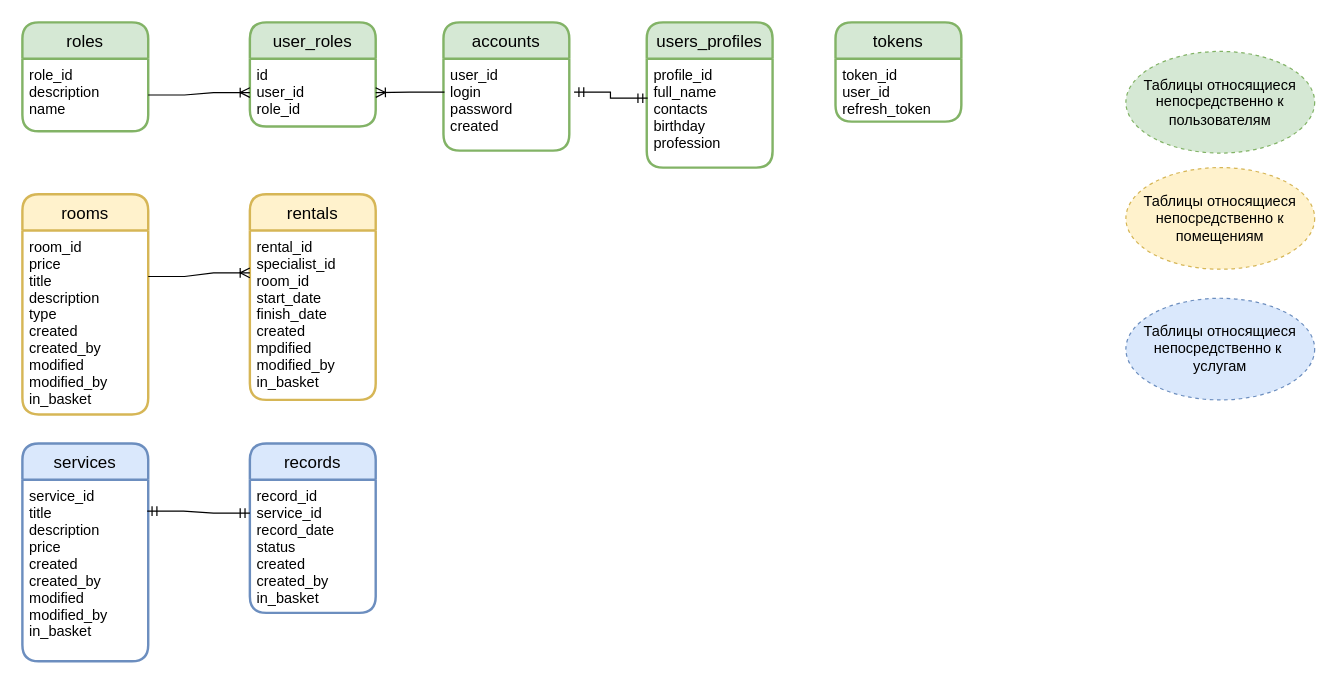
This is db_schema.drawio from LeksinaAnna/self-employed-services, a draw.io file, before an edit. Source tidied: cells renumbered, new cells numbered last; positions are measured from the earlier drawing's top-left corner, leaving out a move shared by most shapes. Both pictures are drawn from the tidied source at 121%, with x=0, y=0 at pixel (22, 22).
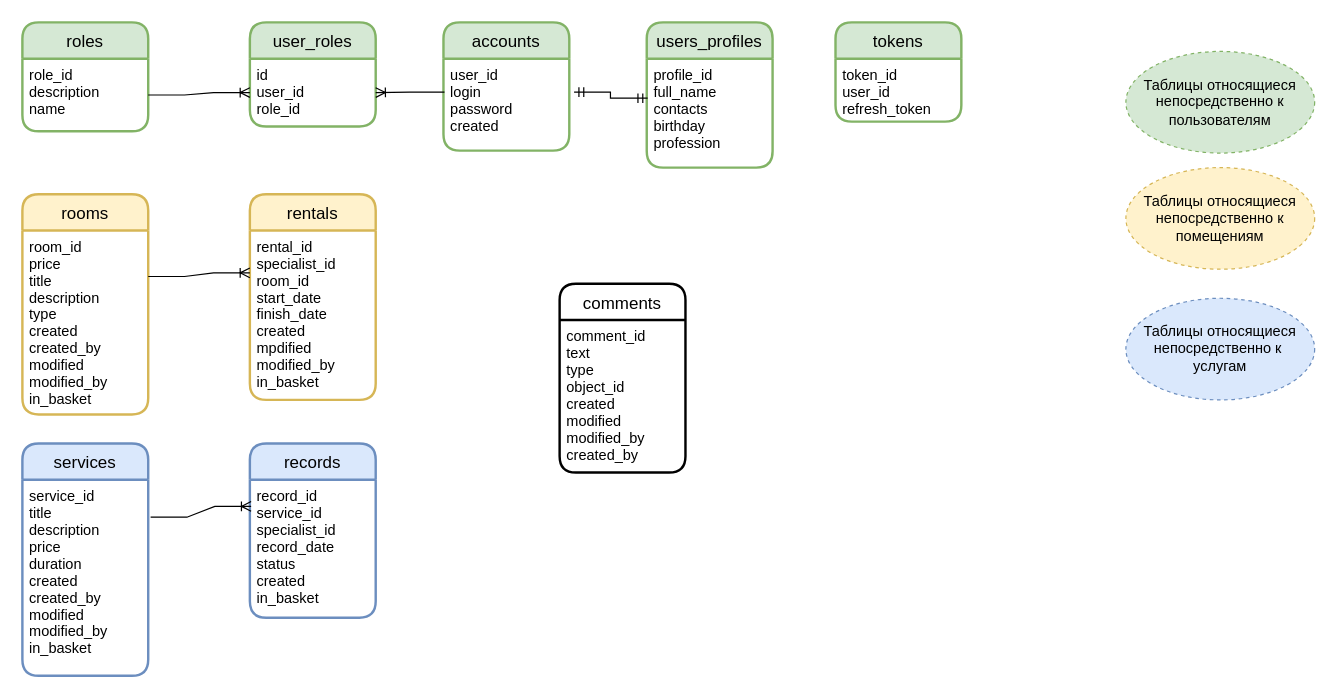
Above is the later version.

Diff of the diagram source:
```diff
@@
     <mxCell id="8" value="services" style="swimlane;horizontal=1;startSize=30;rounded=1;fontSize=14;fontStyle=0;strokeWidth=2;shadow=0;dashed=0;align=center;fillColor=#dae8fc;strokeColor=#6c8ebf;" parent="1" vertex="1">
-      <mxGeometry y="348" width="104" height="180" as="geometry" />
+      <mxGeometry y="348" width="104" height="192" as="geometry" />
     </mxCell>
-    <mxCell id="9" value="service_id&#10;title&#10;description&#10;price&#10;created&#10;created_by&#10;modified&#10;modified_by&#10;in_basket" style="align=left;strokeColor=none;fillColor=none;spacingLeft=4;fontSize=12;verticalAlign=top;" parent="8" vertex="1">
-      <mxGeometry y="30" width="104" height="150" as="geometry" />
+    <mxCell id="9" value="service_id&#10;title&#10;description&#10;price&#10;duration&#10;created&#10;created_by&#10;modified&#10;modified_by&#10;in_basket" style="align=left;strokeColor=none;fillColor=none;spacingLeft=4;fontSize=12;verticalAlign=top;" parent="8" vertex="1">
+      <mxGeometry y="30" width="104" height="162" as="geometry" />
     </mxCell>
     <mxCell id="10" value="records" style="swimlane;horizontal=1;startSize=30;rounded=1;fontSize=14;fontStyle=0;strokeWidth=2;shadow=0;dashed=0;align=center;fillColor=#dae8fc;strokeColor=#6c8ebf;" parent="1" vertex="1">
-      <mxGeometry x="188" y="348" width="104" height="140" as="geometry" />
+      <mxGeometry x="188" y="348" width="104" height="144" as="geometry" />
     </mxCell>
-    <mxCell id="11" value="record_id&#10;service_id&#10;record_date&#10;status&#10;created&#10;created_by&#10;in_basket" style="align=left;strokeColor=none;fillColor=none;spacingLeft=4;fontSize=12;verticalAlign=top;" parent="10" vertex="1">
-      <mxGeometry y="30" width="104" height="110" as="geometry" />
+    <mxCell id="11" value="record_id&#10;service_id&#10;specialist_id&#10;record_date&#10;status&#10;created&#10;in_basket" style="align=left;strokeColor=none;fillColor=none;spacingLeft=4;fontSize=12;verticalAlign=top;" parent="10" vertex="1">
+      <mxGeometry y="30" width="104" height="114" as="geometry" />
     </mxCell>
@@
-    <mxCell id="24" style="edgeStyle=entityRelationEdgeStyle;fontSize=12;html=1;endArrow=ERmandOne;startArrow=ERmandOne;rounded=0;elbow=vertical;exitX=0.992;exitY=0.173;exitDx=0;exitDy=0;entryX=0;entryY=0.25;entryDx=0;entryDy=0;exitPerimeter=0;" parent="1" edge="1" source="9" target="11">
-      <mxGeometry relative="1" as="geometry" />
-    </mxCell>
@@
+    <mxCell id="28" value="comments" style="swimlane;horizontal=1;startSize=30;rounded=1;fontSize=14;fontStyle=0;strokeWidth=2;shadow=0;dashed=0;align=center;" parent="1" vertex="1">
+      <mxGeometry x="444" y="216" width="104" height="156" as="geometry" />
+    </mxCell>
+    <mxCell id="29" value="comment_id&#10;text&#10;type&#10;object_id&#10;created&#10;modified&#10;modified_by&#10;created_by" style="align=left;strokeColor=none;fillColor=none;spacingLeft=4;fontSize=12;verticalAlign=top;" parent="28" vertex="1">
+      <mxGeometry y="30" width="104" height="126" as="geometry" />
+    </mxCell>
+    <mxCell id="24" style="edgeStyle=entityRelationEdgeStyle;fontSize=12;html=1;endArrow=ERoneToMany;rounded=0;exitX=1.019;exitY=0.191;exitDx=0;exitDy=0;entryX=0.01;entryY=0.193;entryDx=0;entryDy=0;entryPerimeter=0;exitPerimeter=0;" parent="1" edge="1" source="9" target="11">
+      <mxGeometry relative="1" as="geometry" />
+    </mxCell>
```
